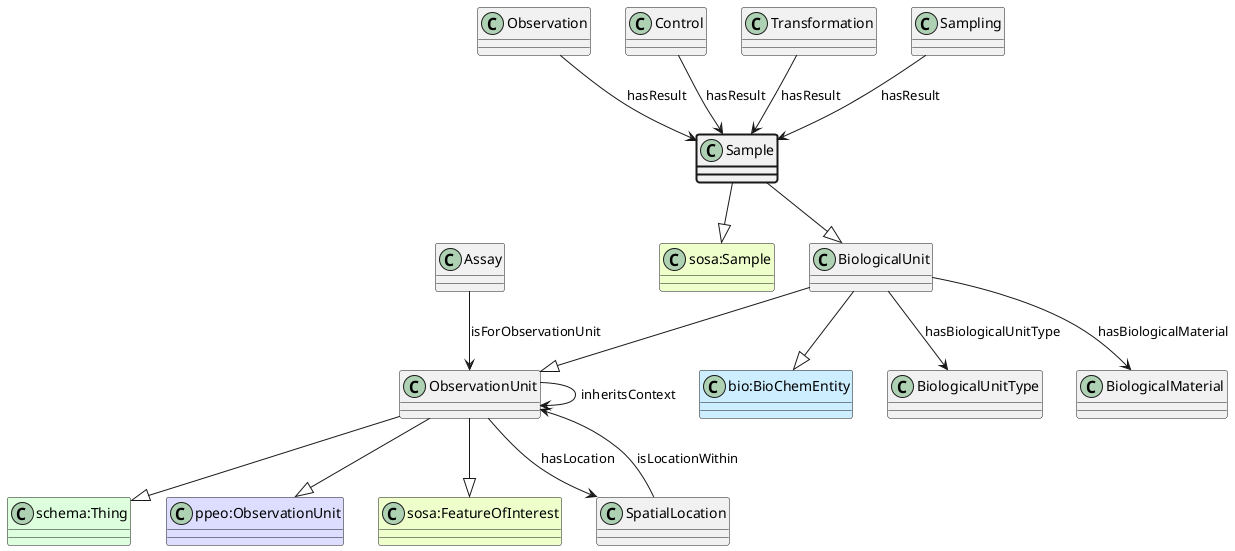
This is ttl_uml/ttl_appn_Sample.png from aus-plant-phenomics-network/appn-schema, a PlantUML export, as it was before one commit.
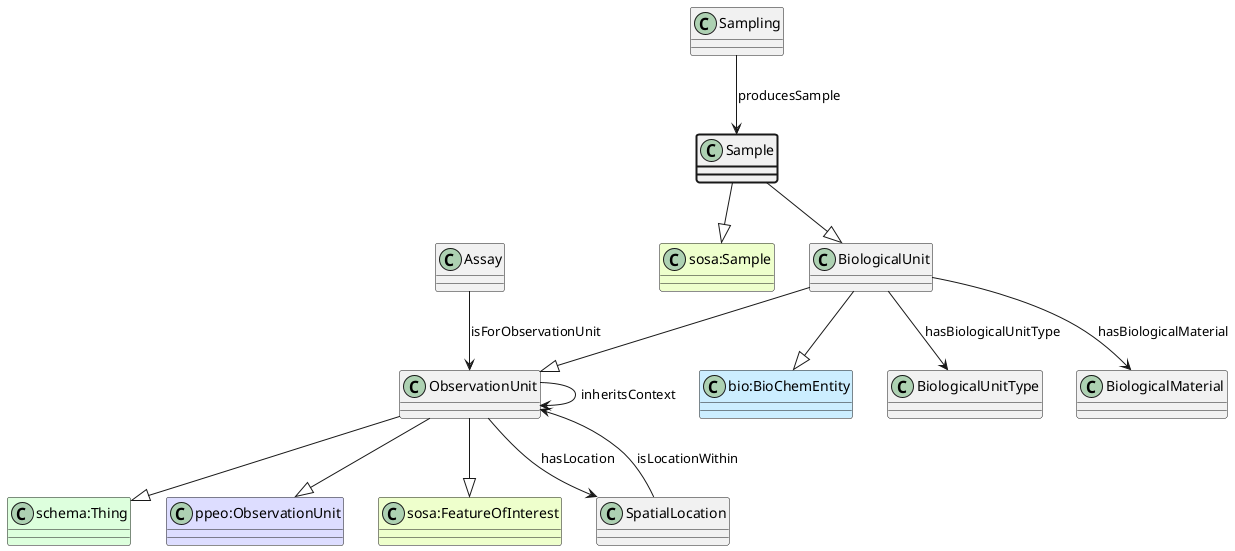
The same diagram one commit later.

Diff of the diagram source:
```diff
@@ -14,14 +14,8 @@
 class "bio:BioChemEntity" #CCEEFF
 BiologicalUnit --|> "bio:BioChemEntity"
 Sample --|> BiologicalUnit
-class Observation
-Observation --> Sample : hasResult
-class Control
-Control --> Sample : hasResult
-class Transformation
-Transformation --> Sample : hasResult
 class Sampling
-Sampling --> Sample : hasResult
+Sampling --> Sample : producesSample
 class BiologicalUnitType
 BiologicalUnit --> BiologicalUnitType : hasBiologicalUnitType
 class BiologicalMaterial
```
